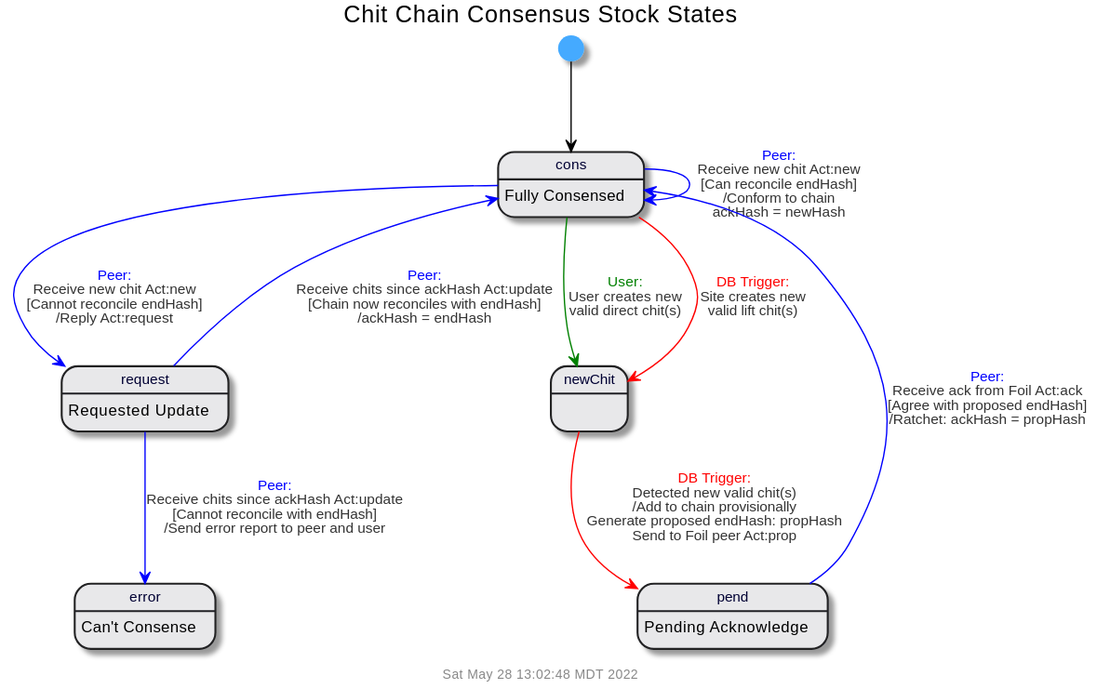
gotchoices/MyCHIPs keeps this PlantUML diagram as doc/uml/state-cons.svg. Above is the earlier version.
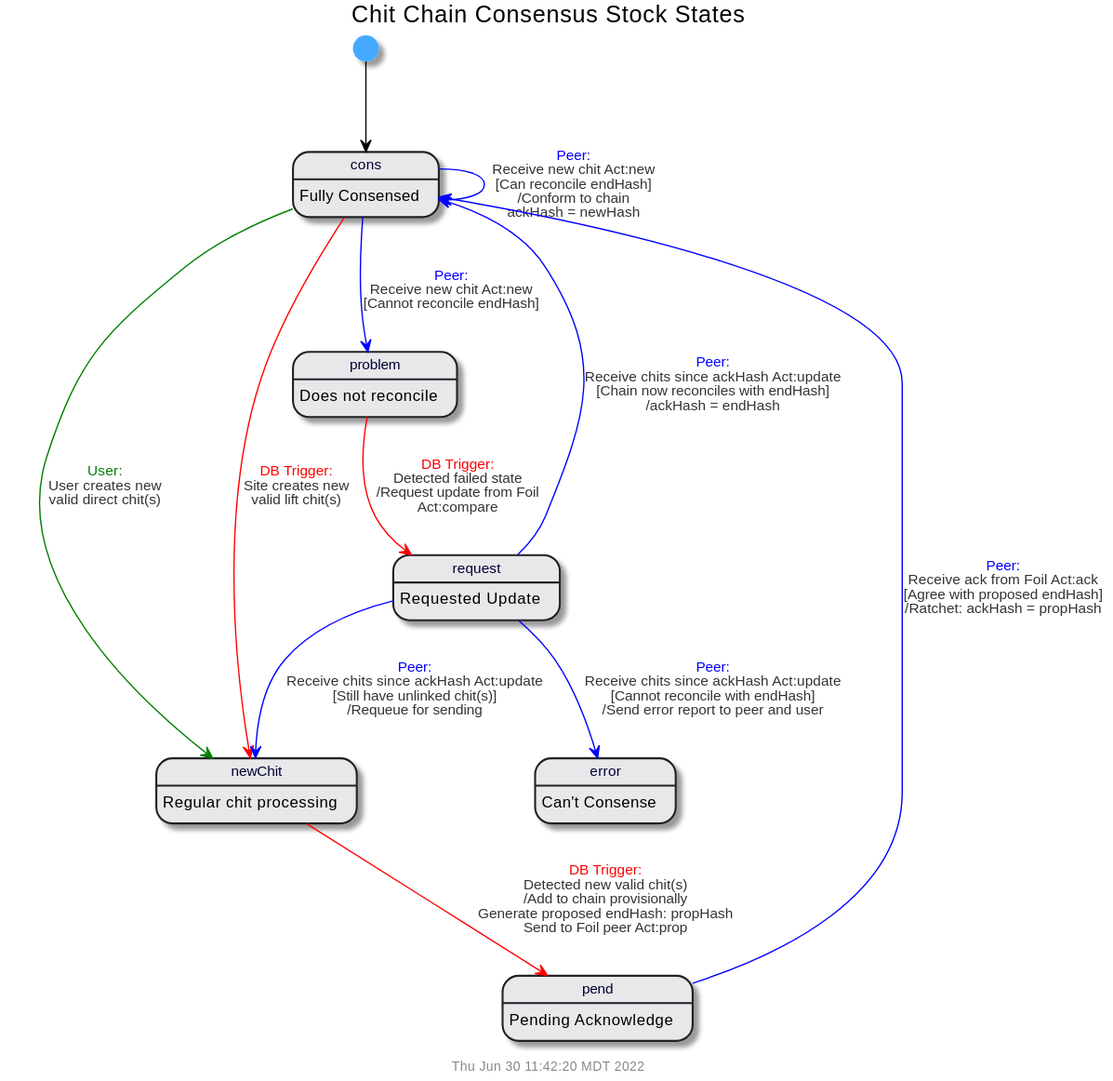
The same file after the commit.

The edit, as a diff of the source:
```diff
@@ -6,7 +6,9 @@
 cons: Fully Consensed
 error: Can't Consense
 pend: Pending Acknowledge
+problem: Does not reconcile
 request: Requested Update
+newChit: Regular chit processing
 
 
 cons -[$user]-> newChit: $trans($user, User creates new\nvalid direct chit(s),'')
@@ -15,10 +17,12 @@
 newChit -[$db]-> pend: $trans($db,Detected new valid chit(s),'', 'Add to chain provisionally\nGenerate proposed endHash: propHash\nSend to Foil peer Act:prop')
 
 cons -[$peer]-> cons: $trans($peer,Receive new chit Act:new,'Can reconcile endHash', 'Conform to chain\nackHash = newHash')
-cons -[$peer]-> request: $trans($peer,Receive new chit Act:new,'Cannot reconcile endHash', 'Reply Act:request')
+cons -[$peer]-> problem: $trans($peer,Receive new chit Act:new,'Cannot reconcile endHash')
+problem -[$db]-> request: $trans($db,Detected failed state,'', 'Request update from Foil\nAct:compare')
 
+request -[$peer]-> error: $trans($peer,Receive chits since ackHash Act:update,'Cannot reconcile with endHash', 'Send error report to peer and user')
 request -[$peer]-> cons: $trans($peer,Receive chits since ackHash Act:update,'Chain now reconciles with endHash', 'ackHash = endHash')
-request -[$peer]-> error: $trans($peer,Receive chits since ackHash Act:update,'Cannot reconcile with endHash', 'Send error report to peer and user')
+request -[$peer]-> newChit: $trans($peer,Receive chits since ackHash Act:update,'Still have unlinked chit(s)', 'Requeue for sending')
 
 pend -[$peer]-> cons: $trans($peer,Receive ack from Foil Act:ack,'Agree with proposed endHash', 'Ratchet: ackHash = propHash')
 
```
